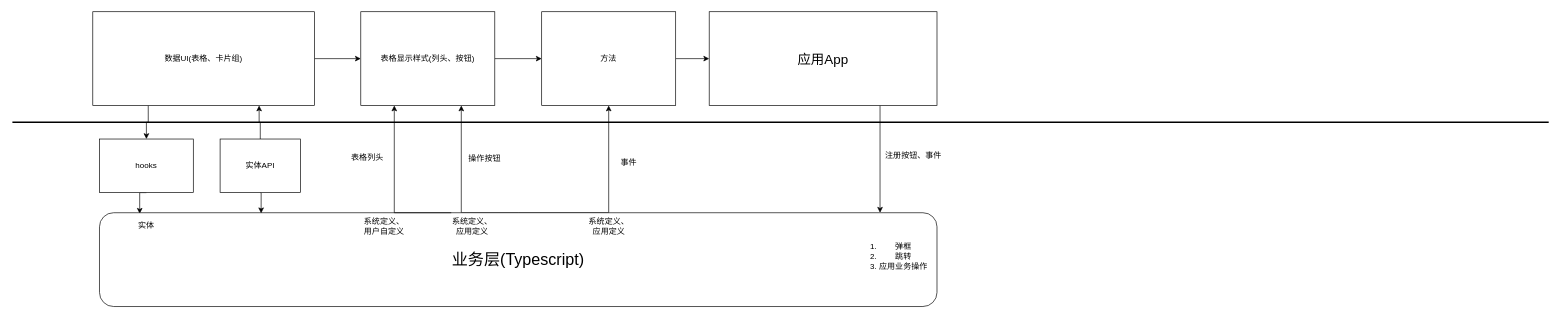
Above: oiocns.drawio in xinshou1201/oiocns-web (draw.io), before the change. Source tidied: cells renumbered, new cells numbered last; positions are measured from the earlier drawing's top-left corner, leaving out a move shared by most shapes. Both pictures are drawn from the tidied source at 67%, with x=0, y=0 at pixel (12, 11).
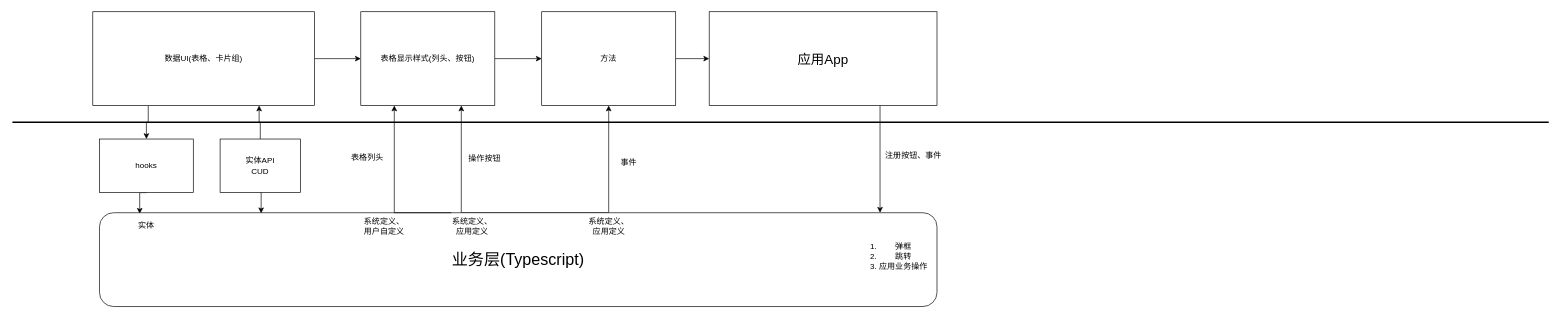
After the change.

Change to the diagram source:
```diff
@@
-    <mxCell id="17" value="实体API" style="rounded=0;whiteSpace=wrap;html=1;" parent="1" vertex="1">
+    <mxCell id="17" value="实体API&lt;br&gt;CUD" style="rounded=0;whiteSpace=wrap;html=1;" parent="1" vertex="1">
       <mxGeometry x="310" y="190" width="120" height="80" as="geometry" />
     </mxCell>
```
